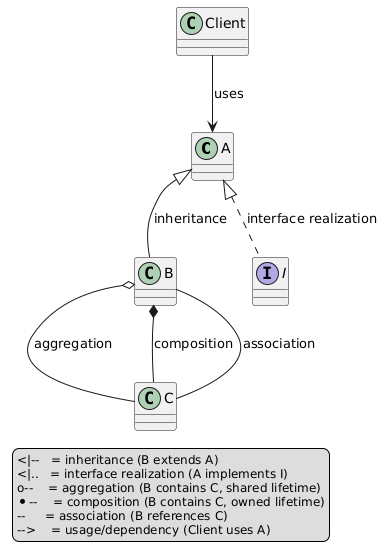
This is Puml/legend.png from Zed101000/Samenvatting, a PlantUML export, as it was before one commit.
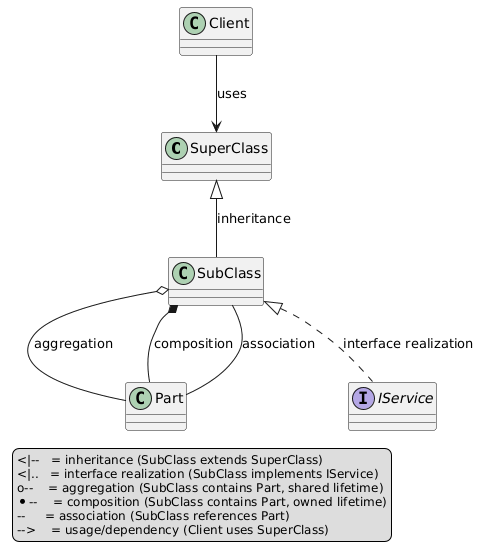
The same diagram one commit later.

Diff of the diagram source:
```diff
@@ -1,25 +1,25 @@
 @startuml
 skinparam legendFontSize 12
 
-class A
-class B
-class C
-interface I
+class SuperClass
+class SubClass
+class Part
+interface IService
 class Client
 
-A <|-- B : inheritance
-A <|.. I : interface realization
-B o-- C : aggregation
-B *-- C : composition
-B -- C : association
-Client --> A : uses
+SuperClass <|-- SubClass : inheritance
+SubClass <|.. IService : interface realization
+SubClass o-- Part : aggregation
+SubClass *-- Part : composition
+SubClass -- Part : association
+Client --> SuperClass : uses
 
 legend left
-  <|--   = inheritance (B extends A)
-  <|..   = interface realization (A implements I)
-  o--    = aggregation (B contains C, shared lifetime)
-  *--    = composition (B contains C, owned lifetime)
-  --     = association (B references C)
-  -->    = usage/dependency (Client uses A)
+  <|--   = inheritance (SubClass extends SuperClass)
+  <|..   = interface realization (SubClass implements IService)
+  o--    = aggregation (SubClass contains Part, shared lifetime)
+  *--    = composition (SubClass contains Part, owned lifetime)
+  --     = association (SubClass references Part)
+  -->    = usage/dependency (Client uses SuperClass)
 end legend
 @enduml
```
